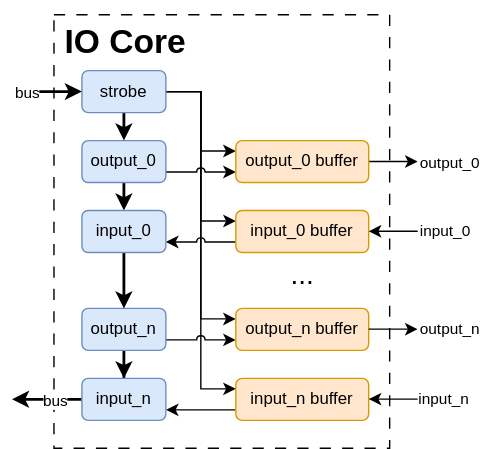
fischermoseley/manta keeps this draw.io diagram as doc/assets/io_core_architecture.drawio.svg. Above is the earlier version. Source tidied: cells renumbered, new cells last; positions are measured from the earlier drawing's top-left corner, leaving out a move shared by most shapes.
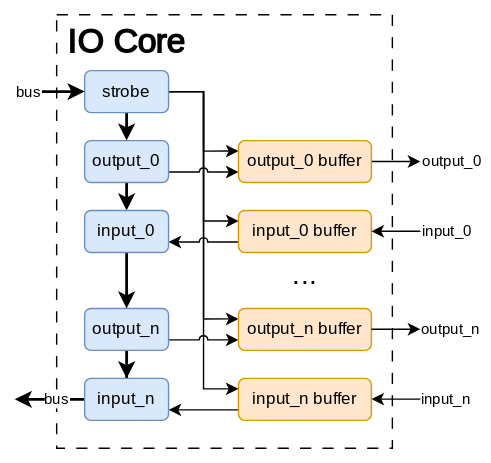
After the change.

What changed in the source:
```diff
@@ -2,22 +2,25 @@
   <root>
     <mxCell id="0" />
     <mxCell id="1" parent="0" />
+    <mxCell id="38" style="rounded=0;whiteSpace=wrap;html=1;labelBackgroundColor=none;strokeColor=none;fontFamily=Roboto;fontSource=https%3A%2F%2Ffonts.googleapis.com%2Fcss%3Ffamily%3DRoboto;fontColor=#808080;" parent="1" vertex="1">
+      <mxGeometry x="-10" y="-10" width="350" height="330" as="geometry" />
+    </mxCell>
-    <mxCell id="2" style="rounded=0;whiteSpace=wrap;html=1;shadow=0;dashed=1;dashPattern=8 8;perimeterSpacing=0;fillColor=none;" parent="1" vertex="1">
+    <mxCell id="2" style="rounded=0;whiteSpace=wrap;html=1;shadow=0;dashed=1;dashPattern=8 8;perimeterSpacing=0;fillColor=none;fontFamily=Roboto;fontSource=https%3A%2F%2Ffonts.googleapis.com%2Fcss%3Ffamily%3DRoboto;" parent="1" vertex="1">
       <mxGeometry x="30" width="240" height="310" as="geometry" />
     </mxCell>
-    <mxCell id="3" style="edgeStyle=orthogonalEdgeStyle;rounded=0;jettySize=auto;html=1;exitX=1;exitY=0.5;exitDx=0;exitDy=0;entryX=0;entryY=0.25;entryDx=0;entryDy=0;jumpStyle=none;" parent="1" edge="1" source="19" target="31">
+    <mxCell id="3" style="edgeStyle=orthogonalEdgeStyle;rounded=0;jettySize=auto;html=1;exitX=1;exitY=0.5;exitDx=0;exitDy=0;entryX=0;entryY=0.25;entryDx=0;entryDy=0;jumpStyle=none;fontFamily=Roboto;fontSource=https%3A%2F%2Ffonts.googleapis.com%2Fcss%3Ffamily%3DRoboto;" parent="1" edge="1" source="19" target="31">
       <mxGeometry relative="1" as="geometry" />
     </mxCell>
-    <mxCell id="4" style="edgeStyle=orthogonalEdgeStyle;rounded=0;jettySize=auto;html=1;exitX=0;exitY=0.25;exitDx=0;exitDy=0;entryX=1;entryY=0.5;entryDx=0;entryDy=0;startArrow=classic;startFill=1;endArrow=none;endFill=0;jumpStyle=none;" parent="1" edge="1" source="24" target="19">
+    <mxCell id="4" style="edgeStyle=orthogonalEdgeStyle;rounded=0;jettySize=auto;html=1;exitX=0;exitY=0.25;exitDx=0;exitDy=0;entryX=1;entryY=0.5;entryDx=0;entryDy=0;startArrow=classic;startFill=1;endArrow=none;endFill=0;jumpStyle=none;fontFamily=Roboto;fontSource=https%3A%2F%2Ffonts.googleapis.com%2Fcss%3Ffamily%3DRoboto;" parent="1" edge="1" source="24" target="19">
       <mxGeometry relative="1" as="geometry" />
     </mxCell>
-    <mxCell id="5" style="edgeStyle=orthogonalEdgeStyle;rounded=0;jettySize=auto;html=1;exitX=1;exitY=0.5;exitDx=0;exitDy=0;entryX=0;entryY=0.25;entryDx=0;entryDy=0;jumpStyle=none;" parent="1" edge="1" source="19" target="25">
+    <mxCell id="5" style="edgeStyle=orthogonalEdgeStyle;rounded=0;jettySize=auto;html=1;exitX=1;exitY=0.5;exitDx=0;exitDy=0;entryX=0;entryY=0.25;entryDx=0;entryDy=0;jumpStyle=none;fontFamily=Roboto;fontSource=https%3A%2F%2Ffonts.googleapis.com%2Fcss%3Ffamily%3DRoboto;" parent="1" edge="1" source="19" target="25">
       <mxGeometry relative="1" as="geometry" />
     </mxCell>
-    <mxCell id="6" style="edgeStyle=orthogonalEdgeStyle;rounded=0;jettySize=auto;html=1;exitX=1;exitY=0.5;exitDx=0;exitDy=0;entryX=0;entryY=0.25;entryDx=0;entryDy=0;jumpStyle=none;" parent="1" edge="1" source="19" target="26">
+    <mxCell id="6" style="edgeStyle=orthogonalEdgeStyle;rounded=0;jettySize=auto;html=1;exitX=1;exitY=0.5;exitDx=0;exitDy=0;entryX=0;entryY=0.25;entryDx=0;entryDy=0;jumpStyle=none;fontFamily=Roboto;fontSource=https%3A%2F%2Ffonts.googleapis.com%2Fcss%3Ffamily%3DRoboto;" parent="1" edge="1" source="19" target="26">
       <mxGeometry relative="1" as="geometry" />
     </mxCell>
-    <mxCell id="7" style="edgeStyle=orthogonalEdgeStyle;rounded=0;jettySize=auto;html=1;exitX=1;exitY=0.75;exitDx=0;exitDy=0;entryX=0;entryY=0.75;entryDx=0;entryDy=0;jumpStyle=arc;" parent="1" edge="1" source="12" target="31">
+    <mxCell id="7" style="edgeStyle=orthogonalEdgeStyle;rounded=0;jettySize=auto;html=1;exitX=1;exitY=0.75;exitDx=0;exitDy=0;entryX=0;entryY=0.75;entryDx=0;entryDy=0;jumpStyle=arc;fontFamily=Roboto;fontSource=https%3A%2F%2Ffonts.googleapis.com%2Fcss%3Ffamily%3DRoboto;" parent="1" edge="1" source="12" target="31">
       <mxGeometry relative="1" as="geometry">
         <Array as="points">
           <mxPoint x="130" y="113" />
@@ -25,119 +28,119 @@
         </Array>
       </mxGeometry>
     </mxCell>
-    <mxCell id="8" style="edgeStyle=orthogonalEdgeStyle;rounded=0;jettySize=auto;html=1;exitX=1;exitY=0.75;exitDx=0;exitDy=0;entryX=0;entryY=0.75;entryDx=0;entryDy=0;startArrow=classic;startFill=1;endArrow=none;endFill=0;jumpStyle=arc;" parent="1" edge="1" source="17" target="25">
+    <mxCell id="8" style="edgeStyle=orthogonalEdgeStyle;rounded=0;jettySize=auto;html=1;exitX=1;exitY=0.75;exitDx=0;exitDy=0;entryX=0;entryY=0.75;entryDx=0;entryDy=0;startArrow=classic;startFill=1;endArrow=none;endFill=0;jumpStyle=arc;fontFamily=Roboto;fontSource=https%3A%2F%2Ffonts.googleapis.com%2Fcss%3Ffamily%3DRoboto;" parent="1" edge="1" source="17" target="25">
       <mxGeometry relative="1" as="geometry" />
     </mxCell>
-    <mxCell id="9" style="edgeStyle=orthogonalEdgeStyle;rounded=0;jettySize=auto;html=1;exitX=1;exitY=0.75;exitDx=0;exitDy=0;endArrow=none;endFill=0;startArrow=classic;startFill=1;entryX=0;entryY=0.75;entryDx=0;entryDy=0;jumpStyle=arc;" parent="1" edge="1" source="22" target="24">
+    <mxCell id="9" style="edgeStyle=orthogonalEdgeStyle;rounded=0;jettySize=auto;html=1;exitX=1;exitY=0.75;exitDx=0;exitDy=0;endArrow=none;endFill=0;startArrow=classic;startFill=1;entryX=0;entryY=0.75;entryDx=0;entryDy=0;jumpStyle=arc;fontFamily=Roboto;fontSource=https%3A%2F%2Ffonts.googleapis.com%2Fcss%3Ffamily%3DRoboto;" parent="1" edge="1" source="22" target="24">
       <mxGeometry relative="1" as="geometry" />
     </mxCell>
-    <mxCell id="10" style="edgeStyle=orthogonalEdgeStyle;rounded=0;jettySize=auto;html=1;exitX=1;exitY=0.75;exitDx=0;exitDy=0;entryX=0;entryY=0.75;entryDx=0;entryDy=0;jumpStyle=arc;" parent="1" edge="1" source="14" target="26">
+    <mxCell id="10" style="edgeStyle=orthogonalEdgeStyle;rounded=0;jettySize=auto;html=1;exitX=1;exitY=0.75;exitDx=0;exitDy=0;entryX=0;entryY=0.75;entryDx=0;entryDy=0;jumpStyle=arc;fontFamily=Roboto;fontSource=https%3A%2F%2Ffonts.googleapis.com%2Fcss%3Ffamily%3DRoboto;" parent="1" edge="1" source="14" target="26">
       <mxGeometry relative="1" as="geometry" />
     </mxCell>
-    <mxCell id="11" style="edgeStyle=orthogonalEdgeStyle;rounded=0;jettySize=auto;html=1;exitX=0.5;exitY=1;exitDx=0;exitDy=0;entryX=0.5;entryY=0;entryDx=0;entryDy=0;strokeWidth=2;" parent="1" edge="1" source="12" target="22">
+    <mxCell id="11" style="edgeStyle=orthogonalEdgeStyle;rounded=0;jettySize=auto;html=1;exitX=0.5;exitY=1;exitDx=0;exitDy=0;entryX=0.5;entryY=0;entryDx=0;entryDy=0;strokeWidth=2;fontFamily=Roboto;fontSource=https%3A%2F%2Ffonts.googleapis.com%2Fcss%3Ffamily%3DRoboto;" parent="1" edge="1" source="12" target="22">
       <mxGeometry relative="1" as="geometry" />
     </mxCell>
-    <mxCell id="12" value="output_0" style="rounded=1;whiteSpace=wrap;html=1;fillColor=#dae8fc;strokeColor=#6c8ebf;" parent="1" vertex="1">
+    <mxCell id="12" value="output_0" style="rounded=1;whiteSpace=wrap;html=1;fillColor=#dae8fc;strokeColor=#6c8ebf;fontFamily=Roboto;fontSource=https%3A%2F%2Ffonts.googleapis.com%2Fcss%3Ffamily%3DRoboto;" parent="1" vertex="1">
       <mxGeometry x="50" y="90" width="60" height="30" as="geometry" />
     </mxCell>
-    <mxCell id="13" style="edgeStyle=orthogonalEdgeStyle;rounded=0;jettySize=auto;html=1;exitX=0.5;exitY=1;exitDx=0;exitDy=0;strokeWidth=2;" parent="1" edge="1" source="14" target="17">
+    <mxCell id="13" style="edgeStyle=orthogonalEdgeStyle;rounded=0;jettySize=auto;html=1;exitX=0.5;exitY=1;exitDx=0;exitDy=0;strokeWidth=2;fontFamily=Roboto;fontSource=https%3A%2F%2Ffonts.googleapis.com%2Fcss%3Ffamily%3DRoboto;" parent="1" edge="1" source="14" target="17">
       <mxGeometry relative="1" as="geometry" />
     </mxCell>
-    <mxCell id="14" value="output_n" style="rounded=1;whiteSpace=wrap;html=1;fillColor=#dae8fc;strokeColor=#6c8ebf;" parent="1" vertex="1">
+    <mxCell id="14" value="output_n" style="rounded=1;whiteSpace=wrap;html=1;fillColor=#dae8fc;strokeColor=#6c8ebf;fontFamily=Roboto;fontSource=https%3A%2F%2Ffonts.googleapis.com%2Fcss%3Ffamily%3DRoboto;" parent="1" vertex="1">
       <mxGeometry x="50" y="210" width="60" height="30" as="geometry" />
     </mxCell>
-    <mxCell id="15" style="edgeStyle=orthogonalEdgeStyle;rounded=0;jettySize=auto;html=1;exitX=0;exitY=0.5;exitDx=0;exitDy=0;strokeWidth=2;" parent="1" edge="1" source="17">
+    <mxCell id="15" style="edgeStyle=orthogonalEdgeStyle;rounded=0;jettySize=auto;html=1;exitX=0;exitY=0.5;exitDx=0;exitDy=0;strokeWidth=2;fontFamily=Roboto;fontSource=https%3A%2F%2Ffonts.googleapis.com%2Fcss%3Ffamily%3DRoboto;" parent="1" edge="1" source="17">
       <mxGeometry relative="1" as="geometry">
         <mxPoint y="275" as="targetPoint" />
       </mxGeometry>
     </mxCell>
-    <mxCell id="16" value="&amp;nbsp;bus&amp;nbsp;" style="edgeLabel;html=1;align=center;verticalAlign=middle;" parent="15" vertex="1">
+    <mxCell id="16" value="&amp;nbsp;bus&amp;nbsp;" style="edgeLabel;html=1;align=center;verticalAlign=middle;fontFamily=Roboto;fontSource=https%3A%2F%2Ffonts.googleapis.com%2Fcss%3Ffamily%3DRoboto;" parent="15" vertex="1">
       <mxGeometry x="-0.04" y="-1" relative="1" as="geometry">
         <mxPoint x="4" y="1" as="offset" />
       </mxGeometry>
     </mxCell>
-    <mxCell id="17" value="input_n" style="rounded=1;whiteSpace=wrap;html=1;fillColor=#dae8fc;strokeColor=#6c8ebf;" parent="1" vertex="1">
+    <mxCell id="17" value="input_n" style="rounded=1;whiteSpace=wrap;html=1;fillColor=#dae8fc;strokeColor=#6c8ebf;fontFamily=Roboto;fontSource=https%3A%2F%2Ffonts.googleapis.com%2Fcss%3Ffamily%3DRoboto;" parent="1" vertex="1">
       <mxGeometry x="50" y="260" width="60" height="30" as="geometry" />
     </mxCell>
-    <mxCell id="18" style="edgeStyle=orthogonalEdgeStyle;rounded=0;jettySize=auto;html=1;exitX=0.5;exitY=1;exitDx=0;exitDy=0;entryX=0.5;entryY=0;entryDx=0;entryDy=0;strokeWidth=2;" parent="1" edge="1" source="19" target="12">
+    <mxCell id="18" style="edgeStyle=orthogonalEdgeStyle;rounded=0;jettySize=auto;html=1;exitX=0.5;exitY=1;exitDx=0;exitDy=0;entryX=0.5;entryY=0;entryDx=0;entryDy=0;strokeWidth=2;fontFamily=Roboto;fontSource=https%3A%2F%2Ffonts.googleapis.com%2Fcss%3Ffamily%3DRoboto;" parent="1" edge="1" source="19" target="12">
       <mxGeometry relative="1" as="geometry" />
     </mxCell>
-    <mxCell id="19" value="strobe" style="rounded=1;whiteSpace=wrap;html=1;fillColor=#dae8fc;strokeColor=#6c8ebf;" parent="1" vertex="1">
+    <mxCell id="19" value="strobe" style="rounded=1;whiteSpace=wrap;html=1;fillColor=#dae8fc;strokeColor=#6c8ebf;fontFamily=Roboto;fontSource=https%3A%2F%2Ffonts.googleapis.com%2Fcss%3Ffamily%3DRoboto;" parent="1" vertex="1">
       <mxGeometry x="50" y="40" width="60" height="30" as="geometry" />
     </mxCell>
-    <mxCell id="20" value="&lt;h1&gt;IO Core&lt;/h1&gt;" style="text;html=1;strokeColor=none;fillColor=none;spacing=5;spacingTop=-20;whiteSpace=wrap;overflow=hidden;rounded=0;" parent="1" vertex="1">
+    <mxCell id="20" value="&lt;h1&gt;IO Core&lt;/h1&gt;" style="text;html=1;strokeColor=none;fillColor=none;spacing=5;spacingTop=-20;whiteSpace=wrap;overflow=hidden;rounded=0;fontFamily=Roboto;fontSource=https%3A%2F%2Ffonts.googleapis.com%2Fcss%3Ffamily%3DRoboto;" parent="1" vertex="1">
       <mxGeometry x="32.5" width="95" height="40" as="geometry" />
     </mxCell>
-    <mxCell id="21" style="edgeStyle=orthogonalEdgeStyle;rounded=0;jettySize=auto;html=1;exitX=0.5;exitY=1;exitDx=0;exitDy=0;entryX=0.5;entryY=0;entryDx=0;entryDy=0;strokeWidth=2;" parent="1" edge="1" source="22" target="14">
+    <mxCell id="21" style="edgeStyle=orthogonalEdgeStyle;rounded=0;jettySize=auto;html=1;exitX=0.5;exitY=1;exitDx=0;exitDy=0;entryX=0.5;entryY=0;entryDx=0;entryDy=0;strokeWidth=2;fontFamily=Roboto;fontSource=https%3A%2F%2Ffonts.googleapis.com%2Fcss%3Ffamily%3DRoboto;" parent="1" edge="1" source="22" target="14">
       <mxGeometry relative="1" as="geometry" />
     </mxCell>
-    <mxCell id="22" value="input_0" style="rounded=1;whiteSpace=wrap;html=1;fillColor=#dae8fc;strokeColor=#6c8ebf;" parent="1" vertex="1">
+    <mxCell id="22" value="input_0" style="rounded=1;whiteSpace=wrap;html=1;fillColor=#dae8fc;strokeColor=#6c8ebf;fontFamily=Roboto;fontSource=https%3A%2F%2Ffonts.googleapis.com%2Fcss%3Ffamily%3DRoboto;" parent="1" vertex="1">
       <mxGeometry x="50" y="140" width="60" height="30" as="geometry" />
     </mxCell>
-    <mxCell id="23" value="&lt;font style=&quot;font-size: 20px;&quot;&gt;...&lt;/font&gt;" style="text;html=1;strokeColor=none;fillColor=none;align=center;verticalAlign=middle;whiteSpace=wrap;rounded=0;" parent="1" vertex="1">
+    <mxCell id="23" value="&lt;font style=&quot;font-size: 20px;&quot;&gt;...&lt;/font&gt;" style="text;html=1;strokeColor=none;fillColor=none;align=center;verticalAlign=middle;whiteSpace=wrap;rounded=0;fontFamily=Roboto;fontSource=https%3A%2F%2Ffonts.googleapis.com%2Fcss%3Ffamily%3DRoboto;" parent="1" vertex="1">
       <mxGeometry x="177.5" y="180" width="60" height="10" as="geometry" />
     </mxCell>
-    <mxCell id="24" value="input_0 buffer" style="rounded=1;whiteSpace=wrap;html=1;fillColor=#ffe6cc;strokeColor=#d79b00;" parent="1" vertex="1">
+    <mxCell id="24" value="input_0 buffer" style="rounded=1;whiteSpace=wrap;html=1;fillColor=#ffe6cc;strokeColor=#d79b00;fontFamily=Roboto;fontSource=https%3A%2F%2Ffonts.googleapis.com%2Fcss%3Ffamily%3DRoboto;" parent="1" vertex="1">
       <mxGeometry x="160" y="140" width="95" height="30" as="geometry" />
     </mxCell>
-    <mxCell id="25" value="input_n buffer" style="rounded=1;whiteSpace=wrap;html=1;fillColor=#ffe6cc;strokeColor=#d79b00;" parent="1" vertex="1">
+    <mxCell id="25" value="input_n buffer" style="rounded=1;whiteSpace=wrap;html=1;fillColor=#ffe6cc;strokeColor=#d79b00;fontFamily=Roboto;fontSource=https%3A%2F%2Ffonts.googleapis.com%2Fcss%3Ffamily%3DRoboto;" parent="1" vertex="1">
       <mxGeometry x="160" y="260" width="95" height="30" as="geometry" />
     </mxCell>
-    <mxCell id="26" value="output_n buffer" style="rounded=1;whiteSpace=wrap;html=1;fillColor=#ffe6cc;strokeColor=#d79b00;" parent="1" vertex="1">
+    <mxCell id="26" value="output_n buffer" style="rounded=1;whiteSpace=wrap;html=1;fillColor=#ffe6cc;strokeColor=#d79b00;fontFamily=Roboto;fontSource=https%3A%2F%2Ffonts.googleapis.com%2Fcss%3Ffamily%3DRoboto;" parent="1" vertex="1">
       <mxGeometry x="160" y="210" width="95" height="30" as="geometry" />
     </mxCell>
-    <mxCell id="27" style="edgeStyle=orthogonalEdgeStyle;rounded=0;jettySize=auto;html=1;exitX=0;exitY=0.5;exitDx=0;exitDy=0;startArrow=classic;startFill=1;endArrow=none;endFill=0;strokeWidth=2;" parent="1" edge="1" source="19">
+    <mxCell id="27" style="edgeStyle=orthogonalEdgeStyle;rounded=0;jettySize=auto;html=1;exitX=0;exitY=0.5;exitDx=0;exitDy=0;startArrow=classic;startFill=1;endArrow=none;endFill=0;strokeWidth=2;fontFamily=Roboto;fontSource=https%3A%2F%2Ffonts.googleapis.com%2Fcss%3Ffamily%3DRoboto;" parent="1" edge="1" source="19">
       <mxGeometry relative="1" as="geometry">
         <mxPoint x="10" y="55" as="targetPoint" />
       </mxGeometry>
     </mxCell>
-    <mxCell id="28" value="bus&amp;nbsp;" style="edgeLabel;html=1;align=center;verticalAlign=middle;" parent="27" vertex="1">
+    <mxCell id="28" value="bus&amp;nbsp;&amp;nbsp;" style="edgeLabel;html=1;align=center;verticalAlign=middle;fontFamily=Roboto;fontSource=https%3A%2F%2Ffonts.googleapis.com%2Fcss%3Ffamily%3DRoboto;" parent="27" vertex="1">
       <mxGeometry x="0.6" y="1" relative="1" as="geometry">
         <mxPoint x="-8" y="-1" as="offset" />
       </mxGeometry>
     </mxCell>
-    <mxCell id="29" style="edgeStyle=orthogonalEdgeStyle;rounded=0;jettySize=auto;html=1;exitX=1;exitY=0.5;exitDx=0;exitDy=0;" parent="1" edge="1" source="31">
+    <mxCell id="29" style="edgeStyle=orthogonalEdgeStyle;rounded=0;jettySize=auto;html=1;exitX=1;exitY=0.5;exitDx=0;exitDy=0;fontFamily=Roboto;fontSource=https%3A%2F%2Ffonts.googleapis.com%2Fcss%3Ffamily%3DRoboto;" parent="1" edge="1" source="31">
       <mxGeometry relative="1" as="geometry">
         <mxPoint x="290" y="105" as="targetPoint" />
       </mxGeometry>
     </mxCell>
-    <mxCell id="30" value="output_0" style="edgeLabel;html=1;align=left;verticalAlign=middle;" parent="29" vertex="1">
+    <mxCell id="30" value="output_0" style="edgeLabel;html=1;align=left;verticalAlign=middle;fontFamily=Roboto;fontSource=https%3A%2F%2Ffonts.googleapis.com%2Fcss%3Ffamily%3DRoboto;labelBackgroundColor=none;" parent="29" vertex="1">
       <mxGeometry x="0.7" y="2" relative="1" as="geometry">
         <mxPoint x="5" y="2" as="offset" />
       </mxGeometry>
     </mxCell>
-    <mxCell id="31" value="output_0 buffer" style="rounded=1;whiteSpace=wrap;html=1;fillColor=#ffe6cc;strokeColor=#d79b00;" parent="1" vertex="1">
+    <mxCell id="31" value="output_0 buffer" style="rounded=1;whiteSpace=wrap;html=1;fillColor=#ffe6cc;strokeColor=#d79b00;fontFamily=Roboto;fontSource=https%3A%2F%2Ffonts.googleapis.com%2Fcss%3Ffamily%3DRoboto;" parent="1" vertex="1">
       <mxGeometry x="160" y="90" width="95" height="30" as="geometry" />
     </mxCell>
-    <mxCell id="32" style="edgeStyle=orthogonalEdgeStyle;rounded=0;orthogonalLoop=1;jettySize=auto;html=1;exitX=1;exitY=0.5;exitDx=0;exitDy=0;" parent="1" edge="1">
+    <mxCell id="32" style="edgeStyle=orthogonalEdgeStyle;rounded=0;orthogonalLoop=1;jettySize=auto;html=1;exitX=1;exitY=0.5;exitDx=0;exitDy=0;fontFamily=Roboto;fontSource=https%3A%2F%2Ffonts.googleapis.com%2Fcss%3Ffamily%3DRoboto;" parent="1" edge="1">
       <mxGeometry relative="1" as="geometry">
         <mxPoint x="290" y="154.8" as="sourcePoint" />
         <mxPoint x="255" y="154.8" as="targetPoint" />
       </mxGeometry>
     </mxCell>
-    <mxCell id="33" value="input_0" style="edgeLabel;html=1;align=left;verticalAlign=middle;" parent="32" vertex="1">
+    <mxCell id="33" value="input_0" style="edgeLabel;html=1;align=left;verticalAlign=middle;fontFamily=Roboto;fontSource=https%3A%2F%2Ffonts.googleapis.com%2Fcss%3Ffamily%3DRoboto;labelBackgroundColor=none;" parent="32" vertex="1">
       <mxGeometry x="-0.76" y="1" relative="1" as="geometry">
         <mxPoint x="4" y="-1" as="offset" />
       </mxGeometry>
     </mxCell>
-    <mxCell id="34" style="edgeStyle=orthogonalEdgeStyle;rounded=0;orthogonalLoop=1;jettySize=auto;html=1;exitX=1;exitY=0.5;exitDx=0;exitDy=0;" parent="1" edge="1">
+    <mxCell id="34" style="edgeStyle=orthogonalEdgeStyle;rounded=0;orthogonalLoop=1;jettySize=auto;html=1;exitX=1;exitY=0.5;exitDx=0;exitDy=0;fontFamily=Roboto;fontSource=https%3A%2F%2Ffonts.googleapis.com%2Fcss%3Ffamily%3DRoboto;" parent="1" edge="1">
       <mxGeometry relative="1" as="geometry">
         <mxPoint x="255" y="224.8" as="sourcePoint" />
         <mxPoint x="290" y="224.8" as="targetPoint" />
       </mxGeometry>
     </mxCell>
-    <mxCell id="35" value="output_n" style="edgeLabel;html=1;align=left;verticalAlign=middle;" parent="34" vertex="1">
+    <mxCell id="35" value="output_n" style="edgeLabel;html=1;align=left;verticalAlign=middle;fontFamily=Roboto;fontSource=https%3A%2F%2Ffonts.googleapis.com%2Fcss%3Ffamily%3DRoboto;labelBackgroundColor=none;" parent="34" vertex="1">
       <mxGeometry x="0.74" y="-2" relative="1" as="geometry">
         <mxPoint x="4" y="-2" as="offset" />
       </mxGeometry>
     </mxCell>
-    <mxCell id="36" style="edgeStyle=orthogonalEdgeStyle;rounded=0;orthogonalLoop=1;jettySize=auto;html=1;exitX=1;exitY=0.5;exitDx=0;exitDy=0;" parent="1" edge="1">
+    <mxCell id="36" style="edgeStyle=orthogonalEdgeStyle;rounded=0;orthogonalLoop=1;jettySize=auto;html=1;exitX=1;exitY=0.5;exitDx=0;exitDy=0;fontFamily=Roboto;fontSource=https%3A%2F%2Ffonts.googleapis.com%2Fcss%3Ffamily%3DRoboto;" parent="1" edge="1">
       <mxGeometry relative="1" as="geometry">
         <mxPoint x="290" y="274.8" as="sourcePoint" />
         <mxPoint x="255" y="274.8" as="targetPoint" />
       </mxGeometry>
     </mxCell>
-    <mxCell id="37" value="input_n" style="edgeLabel;html=1;align=left;verticalAlign=middle;" parent="36" vertex="1">
+    <mxCell id="37" value="input_n" style="edgeLabel;html=1;align=left;verticalAlign=middle;fontFamily=Roboto;fontSource=https%3A%2F%2Ffonts.googleapis.com%2Fcss%3Ffamily%3DRoboto;labelBackgroundColor=none;" parent="36" vertex="1">
       <mxGeometry x="-0.57" relative="1" as="geometry">
         <mxPoint x="7" as="offset" />
       </mxGeometry>
```
